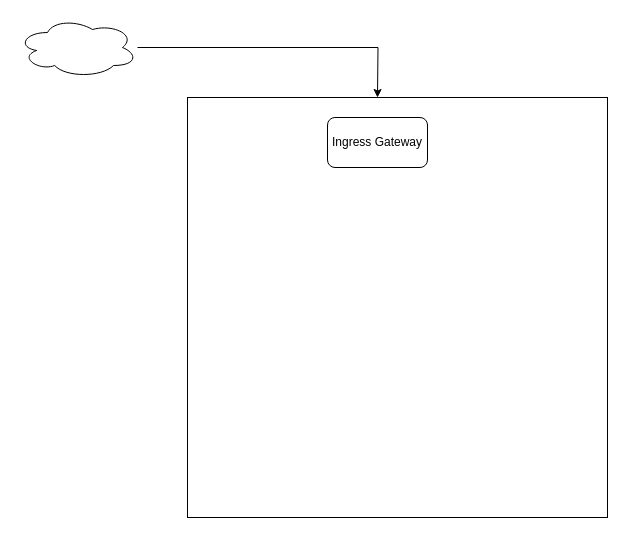
Before: Untitled Diagram.drawio in Gowtham7707/istio-fleetman, a draw.io diagram. Source tidied: cells renumbered, new cells numbered last; positions are measured from the earlier drawing's top-left corner, leaving out a move shared by most shapes. Both pictures are drawn from the tidied source at 100%, with x=0, y=0 at pixel (17, 17).
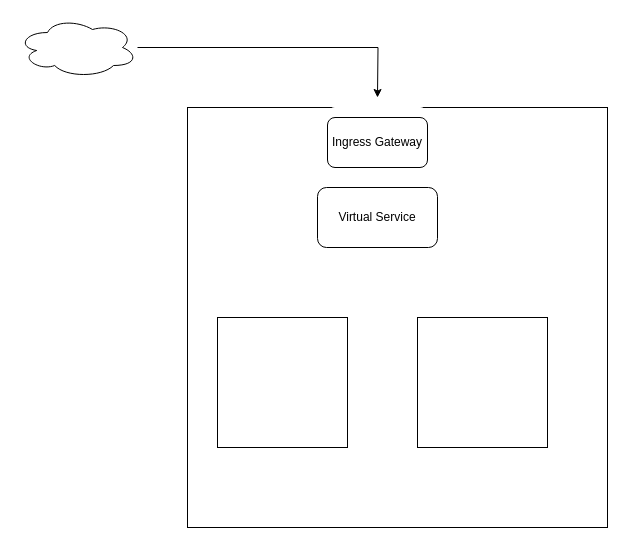
After the change.

Diff of the diagram source:
```diff
@@
 <mxGraphModel>
   <root>
     <mxCell id="0" />
     <mxCell id="1" parent="0" />
     <mxCell id="2" style="edgeStyle=orthogonalEdgeStyle;rounded=0;jettySize=auto;html=1;" parent="1" edge="1" source="3">
       <mxGeometry relative="1" as="geometry">
         <mxPoint x="360" y="80" as="targetPoint" />
       </mxGeometry>
     </mxCell>
     <mxCell id="3" style="ellipse;shape=cloud;whiteSpace=wrap;html=1;" parent="1" vertex="1">
       <mxGeometry width="120" height="60" as="geometry" />
     </mxCell>
     <mxCell id="4" style="whiteSpace=wrap;html=1;" parent="1" vertex="1">
-      <mxGeometry x="170" y="80" width="420" height="420" as="geometry" />
+      <mxGeometry x="170" y="90" width="420" height="420" as="geometry" />
     </mxCell>
     <mxCell id="5" style="rounded=1;whiteSpace=wrap;html=1;strokeColor=#FFFFFF;" parent="1" vertex="1">
       <mxGeometry x="310" y="90" width="100" height="50" as="geometry" />
     </mxCell>
     <mxCell id="6" value="Ingress Gateway" style="rounded=1;whiteSpace=wrap;html=1;" parent="1" vertex="1">
       <mxGeometry x="310" y="100" width="100" height="50" as="geometry" />
     </mxCell>
+    <mxCell id="7" value="Virtual Service" style="rounded=1;whiteSpace=wrap;html=1;" parent="1" vertex="1">
+      <mxGeometry x="300" y="170" width="120" height="60" as="geometry" />
+    </mxCell>
+    <mxCell id="8" style="whiteSpace=wrap;html=1;" parent="1" vertex="1">
+      <mxGeometry x="200" y="300" width="130" height="130" as="geometry" />
+    </mxCell>
+    <mxCell id="9" style="whiteSpace=wrap;html=1;" parent="1" vertex="1">
+      <mxGeometry x="400" y="300" width="130" height="130" as="geometry" />
+    </mxCell>
   </root>
 </mxGraphModel>
```
